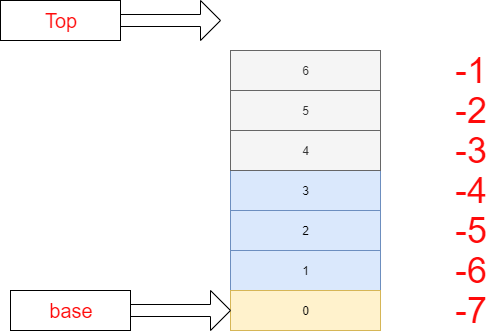
lixiang-share/jiuguang-blob keeps this draw.io diagram as img/lua_stack_sample.png. Above is the earlier version. Source tidied: cells renumbered, new cells last; positions are measured from the earlier drawing's top-left corner, leaving out a move shared by most shapes. Source of this version:
```xml
<mxGraphModel>
  <root>
    <mxCell id="0" />
    <mxCell id="1" parent="0" />
    <mxCell id="2" value="1" style="verticalLabelPosition=middle;verticalAlign=middle;html=1;shape=mxgraph.basic.rect;fillColor2=none;strokeWidth=1;size=20;indent=5;fillColor=#dae8fc;strokeColor=#6c8ebf;labelPosition=center;align=center;" parent="1" vertex="1">
      <mxGeometry x="230" y="250" width="150" height="40" as="geometry" />
    </mxCell>
    <mxCell id="3" value="2" style="verticalLabelPosition=middle;verticalAlign=middle;html=1;shape=mxgraph.basic.rect;fillColor2=none;strokeWidth=1;size=20;indent=5;fillColor=#dae8fc;strokeColor=#6c8ebf;labelPosition=center;align=center;" parent="1" vertex="1">
      <mxGeometry x="230" y="210" width="150" height="40" as="geometry" />
    </mxCell>
    <mxCell id="4" value="0" style="verticalLabelPosition=middle;verticalAlign=middle;html=1;shape=mxgraph.basic.rect;fillColor2=none;strokeWidth=1;size=20;indent=5;fillColor=#fff2cc;strokeColor=#d6b656;labelPosition=center;align=center;" parent="1" vertex="1">
      <mxGeometry x="230" y="290" width="150" height="40" as="geometry" />
    </mxCell>
    <mxCell id="5" value="3" style="verticalLabelPosition=middle;verticalAlign=middle;html=1;shape=mxgraph.basic.rect;fillColor2=none;strokeWidth=1;size=20;indent=5;fillColor=#dae8fc;strokeColor=#6c8ebf;labelPosition=center;align=center;" parent="1" vertex="1">
      <mxGeometry x="230" y="170" width="150" height="40" as="geometry" />
    </mxCell>
    <mxCell id="6" value="4" style="verticalLabelPosition=middle;verticalAlign=middle;html=1;shape=mxgraph.basic.rect;fillColor2=none;strokeWidth=1;size=20;indent=5;fillColor=#f5f5f5;strokeColor=#666666;fontColor=#333333;labelPosition=center;align=center;" parent="1" vertex="1">
      <mxGeometry x="230" y="130" width="150" height="40" as="geometry" />
    </mxCell>
    <mxCell id="7" value="5" style="verticalLabelPosition=middle;verticalAlign=middle;html=1;shape=mxgraph.basic.rect;fillColor2=none;strokeWidth=1;size=20;indent=5;fillColor=#f5f5f5;strokeColor=#666666;fontColor=#333333;labelPosition=center;align=center;" parent="1" vertex="1">
      <mxGeometry x="230" y="90" width="150" height="40" as="geometry" />
    </mxCell>
    <mxCell id="8" value="6" style="verticalLabelPosition=middle;verticalAlign=middle;html=1;shape=mxgraph.basic.rect;fillColor2=none;strokeWidth=1;size=20;indent=5;fillColor=#f5f5f5;strokeColor=#666666;fontColor=#333333;labelPosition=center;align=center;" parent="1" vertex="1">
      <mxGeometry x="230" y="50" width="150" height="40" as="geometry" />
    </mxCell>
    <mxCell id="9" value="-2" style="text;html=1;strokeColor=none;fillColor=none;align=center;verticalAlign=middle;whiteSpace=wrap;rounded=0;fontSize=36;fontColor=#FF0A0A;" parent="1" vertex="1">
      <mxGeometry x="450" y="100" width="40" height="20" as="geometry" />
    </mxCell>
    <mxCell id="10" value="-1" style="text;html=1;strokeColor=none;fillColor=none;align=center;verticalAlign=middle;whiteSpace=wrap;rounded=0;fontSize=36;fontColor=#FF0A0A;" parent="1" vertex="1">
      <mxGeometry x="450" y="60" width="40" height="20" as="geometry" />
    </mxCell>
    <mxCell id="11" value="-3" style="text;html=1;strokeColor=none;fillColor=none;align=center;verticalAlign=middle;whiteSpace=wrap;rounded=0;fontSize=36;fontColor=#FF0A0A;" parent="1" vertex="1">
      <mxGeometry x="450" y="140" width="40" height="20" as="geometry" />
    </mxCell>
    <mxCell id="12" value="-4" style="text;html=1;strokeColor=none;fillColor=none;align=center;verticalAlign=middle;whiteSpace=wrap;rounded=0;fontSize=36;fontColor=#FF0A0A;" parent="1" vertex="1">
      <mxGeometry x="450" y="180" width="40" height="20" as="geometry" />
    </mxCell>
    <mxCell id="13" value="-5" style="text;html=1;strokeColor=none;fillColor=none;align=center;verticalAlign=middle;whiteSpace=wrap;rounded=0;fontSize=36;fontColor=#FF0A0A;" parent="1" vertex="1">
      <mxGeometry x="450" y="220" width="40" height="20" as="geometry" />
    </mxCell>
    <mxCell id="14" value="-6" style="text;html=1;strokeColor=none;fillColor=none;align=center;verticalAlign=middle;whiteSpace=wrap;rounded=0;fontSize=36;fontColor=#FF0A0A;" parent="1" vertex="1">
      <mxGeometry x="450" y="260" width="40" height="20" as="geometry" />
    </mxCell>
    <mxCell id="15" value="-7" style="text;html=1;strokeColor=none;fillColor=none;align=center;verticalAlign=middle;whiteSpace=wrap;rounded=0;fontSize=36;fontColor=#FF0A0A;" parent="1" vertex="1">
      <mxGeometry x="450" y="300" width="40" height="20" as="geometry" />
    </mxCell>
    <mxCell id="16" style="shape=singleArrow;whiteSpace=wrap;html=1;fontSize=36;fontColor=#FF0A0A;" parent="1" vertex="1">
      <mxGeometry x="130" y="290" width="100" height="40" as="geometry" />
    </mxCell>
    <mxCell id="17" value="base" style="rounded=0;whiteSpace=wrap;html=1;fontSize=20;fontColor=#FF0A0A;" parent="1" vertex="1">
      <mxGeometry x="10" y="290" width="120" height="40" as="geometry" />
    </mxCell>
    <mxCell id="18" style="shape=singleArrow;whiteSpace=wrap;html=1;fontSize=36;fontColor=#FF0A0A;" parent="1" vertex="1">
      <mxGeometry x="120" width="100" height="40" as="geometry" />
    </mxCell>
    <mxCell id="19" value="Top" style="rounded=0;whiteSpace=wrap;html=1;fontSize=20;fontColor=#FF0A0A;" parent="1" vertex="1">
      <mxGeometry width="120" height="40" as="geometry" />
    </mxCell>
  </root>
</mxGraphModel>
```
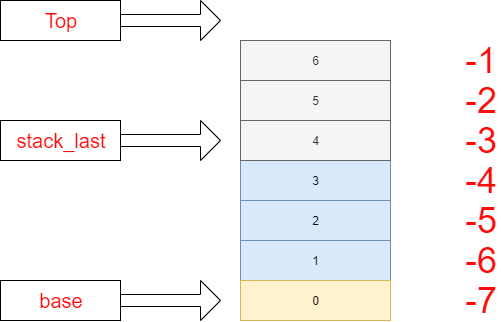
The same file after the commit.

The edit, as a diff of the source:
```diff
@@ -45,16 +45,22 @@
       <mxGeometry x="450" y="300" width="40" height="20" as="geometry" />
     </mxCell>
     <mxCell id="16" style="shape=singleArrow;whiteSpace=wrap;html=1;fontSize=36;fontColor=#FF0A0A;" parent="1" vertex="1">
-      <mxGeometry x="130" y="290" width="100" height="40" as="geometry" />
+      <mxGeometry x="110" y="290" width="100" height="40" as="geometry" />
     </mxCell>
     <mxCell id="17" value="base" style="rounded=0;whiteSpace=wrap;html=1;fontSize=20;fontColor=#FF0A0A;" parent="1" vertex="1">
-      <mxGeometry x="10" y="290" width="120" height="40" as="geometry" />
+      <mxGeometry x="-10" y="290" width="120" height="40" as="geometry" />
     </mxCell>
     <mxCell id="18" style="shape=singleArrow;whiteSpace=wrap;html=1;fontSize=36;fontColor=#FF0A0A;" parent="1" vertex="1">
-      <mxGeometry x="120" width="100" height="40" as="geometry" />
+      <mxGeometry x="110" y="10" width="100" height="40" as="geometry" />
     </mxCell>
     <mxCell id="19" value="Top" style="rounded=0;whiteSpace=wrap;html=1;fontSize=20;fontColor=#FF0A0A;" parent="1" vertex="1">
-      <mxGeometry width="120" height="40" as="geometry" />
+      <mxGeometry x="-10" y="10" width="120" height="40" as="geometry" />
     </mxCell>
+    <mxCell id="20" style="shape=singleArrow;whiteSpace=wrap;html=1;fontSize=36;fontColor=#FF0A0A;" parent="1" vertex="1">
+      <mxGeometry x="110" y="130" width="100" height="40" as="geometry" />
+    </mxCell>
+    <mxCell id="21" value="stack_last" style="rounded=0;whiteSpace=wrap;html=1;fontSize=20;fontColor=#FF0A0A;" parent="1" vertex="1">
+      <mxGeometry x="-10" y="130" width="120" height="40" as="geometry" />
+    </mxCell>
   </root>
 </mxGraphModel>
```
